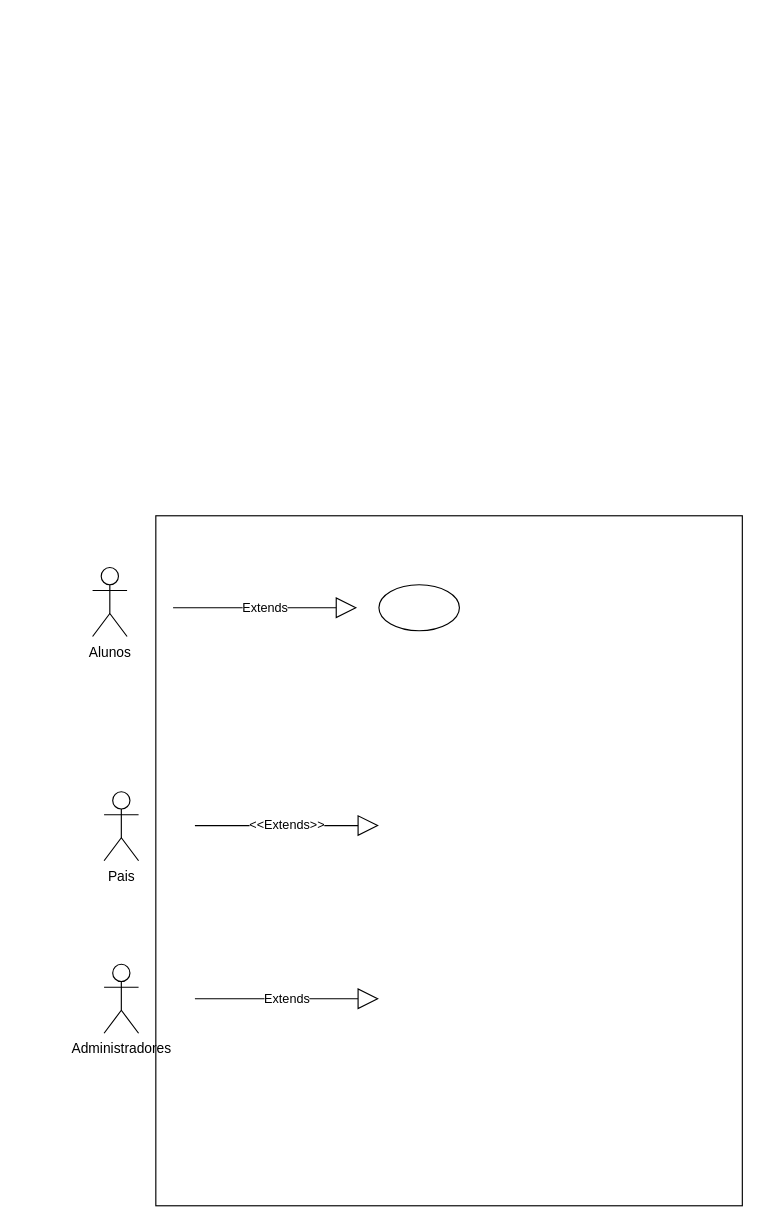
Above: Escola de Robótica Infantil.drawio in Jaogatao/Diagrama-De-Caso-De-Uso (draw.io), before the change. Source tidied: cells renumbered, new cells numbered last; positions are measured from the earlier drawing's top-left corner, leaving out a move shared by most shapes. Both pictures are drawn from the tidied source at 115%, with x=0, y=0 at pixel (92, 567).
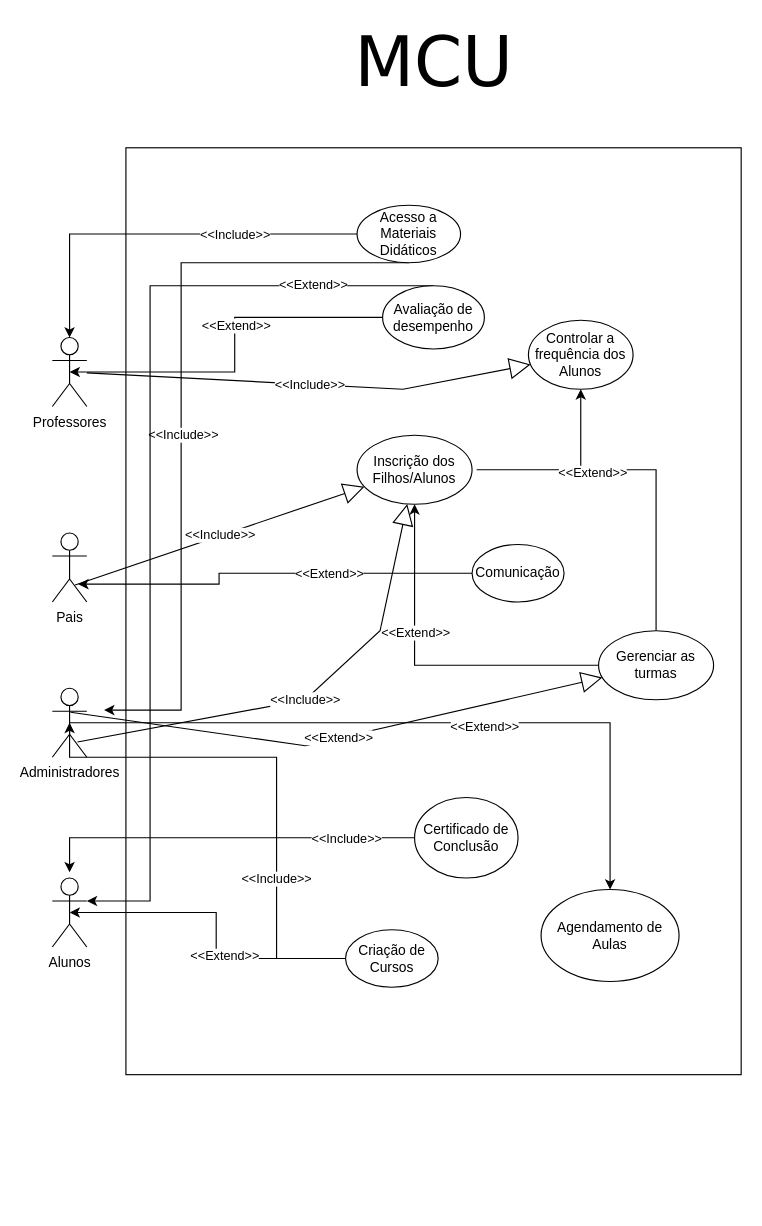
Above is the later version.

Commit message:
Melhoria do MCU Da Escola de Robótica Infantil.drawio

Change to the diagram source:
```diff
@@
     <mxCell id="2" style="rounded=0;whiteSpace=wrap;html=1;rotation=90;" parent="1" vertex="1">
-      <mxGeometry x="10" width="600" height="510" as="geometry" />
+      <mxGeometry x="-106.5" y="-229.5" width="806" height="535" as="geometry" />
     </mxCell>
-    <mxCell id="3" value="Alunos" style="shape=umlActor;verticalLabelPosition=bottom;verticalAlign=top;html=1;outlineConnect=0;" parent="1" vertex="1">
-      <mxGeometry width="30" height="60" as="geometry" />
+    <mxCell id="3" value="Professores" style="shape=umlActor;verticalLabelPosition=bottom;verticalAlign=top;html=1;outlineConnect=0;" parent="1" vertex="1">
+      <mxGeometry x="-35" y="-200" width="30" height="60" as="geometry" />
     </mxCell>
-    <mxCell id="4" value="Extends" style="endArrow=block;endSize=16;endFill=0;html=1;rounded=0;" parent="1" edge="1">
+    <mxCell id="4" value="&amp;lt;&amp;lt;Include&amp;gt;&amp;gt;" style="endArrow=block;endSize=16;endFill=0;html=1;rounded=0;" parent="1" edge="1" source="3" target="9">
       <mxGeometry relative="1" as="geometry">
-        <mxPoint x="70" y="35" as="sourcePoint" />
-        <mxPoint x="230" y="35" as="targetPoint" />
+        <Array as="points">
+          <mxPoint x="270" y="-155" />
+        </Array>
       </mxGeometry>
     </mxCell>
     <mxCell id="5" value="Pais" style="shape=umlActor;verticalLabelPosition=bottom;verticalAlign=top;html=1;" parent="1" vertex="1">
-      <mxGeometry x="10" y="195" width="30" height="60" as="geometry" />
+      <mxGeometry x="-35" y="-30" width="30" height="60" as="geometry" />
     </mxCell>
-    <mxCell id="6" value="Extends" style="endArrow=block;endSize=16;endFill=0;html=1;rounded=0;" parent="1" edge="1">
+    <mxCell id="6" value="&amp;lt;&amp;lt;Include&amp;gt;&amp;gt;" style="endArrow=block;endSize=16;endFill=0;html=1;rounded=0;exitX=0.73;exitY=0.779;exitDx=0;exitDy=0;exitPerimeter=0;" parent="1" edge="1" source="7" target="12">
       <mxGeometry relative="1" as="geometry">
-        <mxPoint x="89" y="375" as="sourcePoint" />
-        <mxPoint x="249" y="375" as="targetPoint" />
+        <Array as="points">
+          <mxPoint x="185" y="115" />
+          <mxPoint x="250" y="55" />
+        </Array>
       </mxGeometry>
     </mxCell>
+    <mxCell id="10" style="edgeStyle=orthogonalEdgeStyle;rounded=0;jettySize=auto;html=1;exitX=0.5;exitY=0.5;exitDx=0;exitDy=0;exitPerimeter=0;" parent="1" edge="1" source="7" target="20">
+      <mxGeometry relative="1" as="geometry" />
+    </mxCell>
+    <mxCell id="11" value="&amp;lt;&amp;lt;Extend&amp;gt;&amp;gt;" style="edgeLabel;html=1;align=center;verticalAlign=middle;" parent="10" vertex="1">
+      <mxGeometry x="0.17" y="-3" relative="1" as="geometry" />
+    </mxCell>
     <mxCell id="7" value="Administradores" style="shape=umlActor;verticalLabelPosition=bottom;verticalAlign=top;html=1;" parent="1" vertex="1">
-      <mxGeometry x="10" y="345" width="30" height="60" as="geometry" />
+      <mxGeometry x="-35" y="105" width="30" height="60" as="geometry" />
     </mxCell>
-    <mxCell id="8" value="&amp;lt;&amp;lt;Extends&amp;gt;&amp;gt;" style="endArrow=block;endSize=16;endFill=0;html=1;rounded=0;" parent="1" edge="1">
-      <mxGeometry relative="1" as="geometry">
-        <mxPoint x="89" y="224.4" as="sourcePoint" />
-        <mxPoint x="249" y="224.4" as="targetPoint" />
-      </mxGeometry>
+    <mxCell id="8" value="&amp;lt;&amp;lt;Include&amp;gt;&amp;gt;" style="endArrow=block;endSize=16;endFill=0;html=1;rounded=0;exitX=0.66;exitY=0.753;exitDx=0;exitDy=0;exitPerimeter=0;" parent="1" edge="1" source="5" target="12">
+      <mxGeometry relative="1" as="geometry" />
     </mxCell>
-    <mxCell id="9" style="ellipse;whiteSpace=wrap;html=1;" parent="1" vertex="1">
-      <mxGeometry x="249" y="15" width="70" height="40" as="geometry" />
+    <mxCell id="9" value="Controlar a frequência dos Alunos" style="ellipse;whiteSpace=wrap;html=1;" parent="1" vertex="1">
+      <mxGeometry x="379" y="-215" width="91" height="60" as="geometry" />
     </mxCell>
+    <mxCell id="12" value="Inscrição dos Filhos/Alunos" style="ellipse;whiteSpace=wrap;html=1;" parent="1" vertex="1">
+      <mxGeometry x="230" y="-115" width="100" height="60" as="geometry" />
+    </mxCell>
+    <mxCell id="13" style="edgeStyle=orthogonalEdgeStyle;rounded=0;jettySize=auto;html=1;" parent="1" edge="1" source="17" target="12">
+      <mxGeometry relative="1" as="geometry" />
+    </mxCell>
+    <mxCell id="14" value="&amp;lt;&amp;lt;Extend&amp;gt;&amp;gt;" style="edgeLabel;html=1;align=center;verticalAlign=middle;" parent="13" vertex="1">
+      <mxGeometry x="0.26" relative="1" as="geometry" />
+    </mxCell>
+    <mxCell id="15" style="edgeStyle=orthogonalEdgeStyle;rounded=0;jettySize=auto;html=1;" parent="1" edge="1" source="17" target="9">
+      <mxGeometry relative="1" as="geometry">
+        <Array as="points">
+          <mxPoint x="334" y="-85" />
+          <mxPoint x="334" y="-85" />
+        </Array>
+      </mxGeometry>
+    </mxCell>
+    <mxCell id="16" value="&amp;lt;&amp;lt;Extend&amp;gt;&amp;gt;" style="edgeLabel;html=1;align=center;verticalAlign=middle;" parent="15" vertex="1">
+      <mxGeometry x="-0.14" y="2" relative="1" as="geometry" />
+    </mxCell>
+    <mxCell id="17" value="Gerenciar as turmas" style="ellipse;whiteSpace=wrap;html=1;" parent="1" vertex="1">
+      <mxGeometry x="440" y="55" width="100" height="60" as="geometry" />
+    </mxCell>
+    <mxCell id="18" value="&amp;lt;&amp;lt;Extend&amp;gt;&amp;gt;" style="endArrow=block;endSize=16;endFill=0;html=1;rounded=0;exitX=0.529;exitY=0.348;exitDx=0;exitDy=0;exitPerimeter=0;" parent="1" edge="1" source="7" target="17">
+      <mxGeometry relative="1" as="geometry">
+        <Array as="points">
+          <mxPoint x="185" y="155" />
+        </Array>
+      </mxGeometry>
+    </mxCell>
+    <mxCell id="19" style="edgeStyle=orthogonalEdgeStyle;rounded=0;orthogonalLoop=1;jettySize=auto;html=1;exitX=1;exitY=0.5;exitDx=0;exitDy=0;" parent="1" edge="1" source="2" target="2">
+      <mxGeometry relative="1" as="geometry" />
+    </mxCell>
+    <mxCell id="20" value="Agendamento de Aulas" style="ellipse;whiteSpace=wrap;html=1;" parent="1" vertex="1">
+      <mxGeometry x="390" y="280" width="120" height="80" as="geometry" />
+    </mxCell>
+    <mxCell id="21" style="edgeStyle=orthogonalEdgeStyle;rounded=0;jettySize=auto;html=1;entryX=0.5;entryY=0.5;entryDx=0;entryDy=0;entryPerimeter=0;" parent="1" edge="1" source="25" target="7">
+      <mxGeometry relative="1" as="geometry">
+        <Array as="points">
+          <mxPoint x="160" y="165" />
+          <mxPoint x="-20" y="165" />
+        </Array>
+      </mxGeometry>
+    </mxCell>
+    <mxCell id="22" value="&amp;lt;&amp;lt;Include&amp;gt;&amp;gt;" style="edgeLabel;html=1;align=center;verticalAlign=middle;" parent="21" vertex="1">
+      <mxGeometry x="-0.42" y="1" relative="1" as="geometry">
+        <mxPoint y="-1" as="offset" />
+      </mxGeometry>
+    </mxCell>
+    <mxCell id="23" style="edgeStyle=orthogonalEdgeStyle;rounded=0;jettySize=auto;html=1;entryX=0.5;entryY=0.5;entryDx=0;entryDy=0;entryPerimeter=0;" parent="1" edge="1" source="25" target="26">
+      <mxGeometry relative="1" as="geometry" />
+    </mxCell>
+    <mxCell id="24" value="&amp;lt;&amp;lt;Extend&amp;gt;&amp;gt;" style="edgeLabel;html=1;align=center;verticalAlign=middle;" parent="23" vertex="1">
+      <mxGeometry x="-0.24" y="-3" relative="1" as="geometry" />
+    </mxCell>
+    <mxCell id="25" value="Criação de Cursos" style="ellipse;whiteSpace=wrap;html=1;" parent="1" vertex="1">
+      <mxGeometry x="220" y="315" width="80.5" height="50" as="geometry" />
+    </mxCell>
+    <mxCell id="26" value="Alunos" style="shape=umlActor;verticalLabelPosition=bottom;verticalAlign=top;html=1;outlineConnect=0;" parent="1" vertex="1">
+      <mxGeometry x="-35" y="270" width="30" height="60" as="geometry" />
+    </mxCell>
+    <mxCell id="27" style="edgeStyle=orthogonalEdgeStyle;rounded=0;jettySize=auto;html=1;" parent="1" edge="1" source="31" target="3">
+      <mxGeometry relative="1" as="geometry" />
+    </mxCell>
+    <mxCell id="28" value="&amp;lt;&amp;lt;Include&amp;gt;&amp;gt;" style="edgeLabel;html=1;align=center;verticalAlign=middle;" parent="27" vertex="1">
+      <mxGeometry x="-0.37" relative="1" as="geometry" />
+    </mxCell>
+    <mxCell id="29" style="edgeStyle=orthogonalEdgeStyle;rounded=0;orthogonalLoop=1;jettySize=auto;html=1;entryX=0.6;entryY=0.233;entryDx=0;entryDy=0;entryPerimeter=0;" parent="1" edge="1">
+      <mxGeometry relative="1" as="geometry">
+        <mxPoint x="275" y="-265" as="sourcePoint" />
+        <mxPoint x="10" y="124" as="targetPoint" />
+        <Array as="points">
+          <mxPoint x="77" y="-265" />
+          <mxPoint x="77" y="124" />
+        </Array>
+      </mxGeometry>
+    </mxCell>
+    <mxCell id="30" value="&amp;lt;&amp;lt;Include&amp;gt;&amp;gt;" style="edgeLabel;html=1;align=center;verticalAlign=middle;" parent="29" vertex="1">
+      <mxGeometry x="0.06" y="1" relative="1" as="geometry" />
+    </mxCell>
+    <mxCell id="31" value="Acesso a Materiais Didáticos" style="ellipse;whiteSpace=wrap;html=1;" parent="1" vertex="1">
+      <mxGeometry x="230" y="-315" width="90" height="50" as="geometry" />
+    </mxCell>
+    <mxCell id="32" style="edgeStyle=orthogonalEdgeStyle;rounded=0;jettySize=auto;html=1;entryX=0.5;entryY=0.5;entryDx=0;entryDy=0;entryPerimeter=0;" parent="1" edge="1" source="36" target="3">
+      <mxGeometry relative="1" as="geometry" />
+    </mxCell>
+    <mxCell id="33" value="&amp;lt;&amp;lt;Extend&amp;gt;&amp;gt;" style="edgeLabel;html=1;align=center;verticalAlign=middle;" parent="32" vertex="1">
+      <mxGeometry x="-0.15" y="1" relative="1" as="geometry" />
+    </mxCell>
+    <mxCell id="34" style="edgeStyle=orthogonalEdgeStyle;rounded=0;jettySize=auto;html=1;entryX=1;entryY=0.3333333333333333;entryDx=0;entryDy=0;entryPerimeter=0;" parent="1" edge="1" source="36" target="26">
+      <mxGeometry relative="1" as="geometry">
+        <Array as="points">
+          <mxPoint x="50" y="-245" />
+          <mxPoint x="50" y="290" />
+        </Array>
+      </mxGeometry>
+    </mxCell>
+    <mxCell id="35" value="&amp;lt;&amp;lt;Extend&amp;gt;&amp;gt;" style="edgeLabel;html=1;align=center;verticalAlign=middle;" parent="34" vertex="1">
+      <mxGeometry x="-0.75" y="-2" relative="1" as="geometry" />
+    </mxCell>
+    <mxCell id="36" value="Avaliação de desempenho" style="ellipse;whiteSpace=wrap;html=1;" parent="1" vertex="1">
+      <mxGeometry x="252.2" y="-245" width="88.5" height="55" as="geometry" />
+    </mxCell>
+    <mxCell id="37" style="edgeStyle=orthogonalEdgeStyle;rounded=0;jettySize=auto;html=1;" parent="1" edge="1" source="39">
+      <mxGeometry relative="1" as="geometry">
+        <mxPoint x="-20" y="265" as="targetPoint" />
+        <Array as="points">
+          <mxPoint x="-20" y="235" />
+        </Array>
+      </mxGeometry>
+    </mxCell>
+    <mxCell id="38" value="&amp;lt;&amp;lt;Include&amp;gt;&amp;gt;" style="edgeLabel;html=1;align=center;verticalAlign=middle;" parent="37" vertex="1">
+      <mxGeometry x="-0.64" y="4" relative="1" as="geometry">
+        <mxPoint x="-1" y="-4" as="offset" />
+      </mxGeometry>
+    </mxCell>
+    <mxCell id="39" value="Certificado de Conclusão" style="ellipse;whiteSpace=wrap;html=1;" parent="1" vertex="1">
+      <mxGeometry x="280" y="200" width="90" height="70" as="geometry" />
+    </mxCell>
+    <mxCell id="40" style="edgeStyle=orthogonalEdgeStyle;rounded=0;jettySize=auto;html=1;entryX=0.752;entryY=0.741;entryDx=0;entryDy=0;entryPerimeter=0;" parent="1" edge="1" source="42" target="5">
+      <mxGeometry relative="1" as="geometry">
+        <Array as="points">
+          <mxPoint x="110" y="5" />
+          <mxPoint x="110" y="15" />
+        </Array>
+      </mxGeometry>
+    </mxCell>
+    <mxCell id="41" value="&amp;lt;&amp;lt;Extend&amp;gt;&amp;gt;" style="edgeLabel;html=1;align=center;verticalAlign=middle;" parent="40" vertex="1">
+      <mxGeometry x="-0.21" y="2" relative="1" as="geometry">
+        <mxPoint x="14" y="-2" as="offset" />
+      </mxGeometry>
+    </mxCell>
+    <mxCell id="42" value="Comunicação" style="ellipse;whiteSpace=wrap;html=1;" parent="1" vertex="1">
+      <mxGeometry x="330" y="-20" width="80" height="50" as="geometry" />
+    </mxCell>
+    <mxCell id="43" value="MCU" style="text;html=1;strokeColor=none;fillColor=none;align=center;verticalAlign=middle;whiteSpace=wrap;rounded=0;fontFamily=Verdana;fontSize=60;" parent="1" vertex="1">
+      <mxGeometry x="266.5" y="-455" width="60" height="30" as="geometry" />
+    </mxCell>
```
